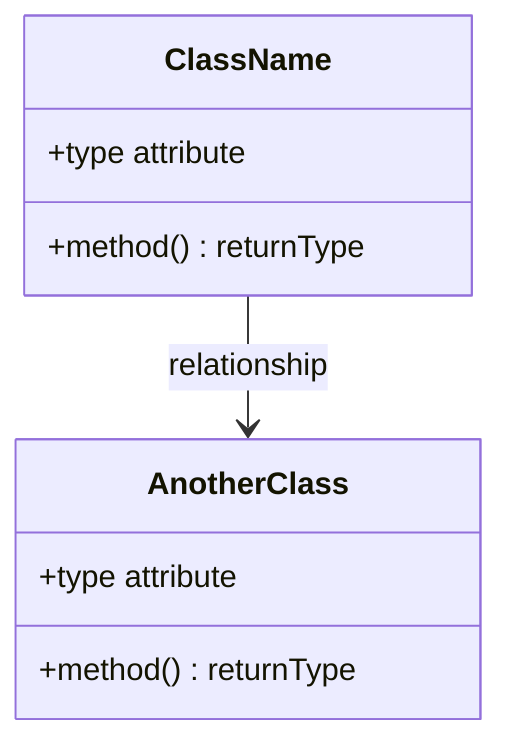
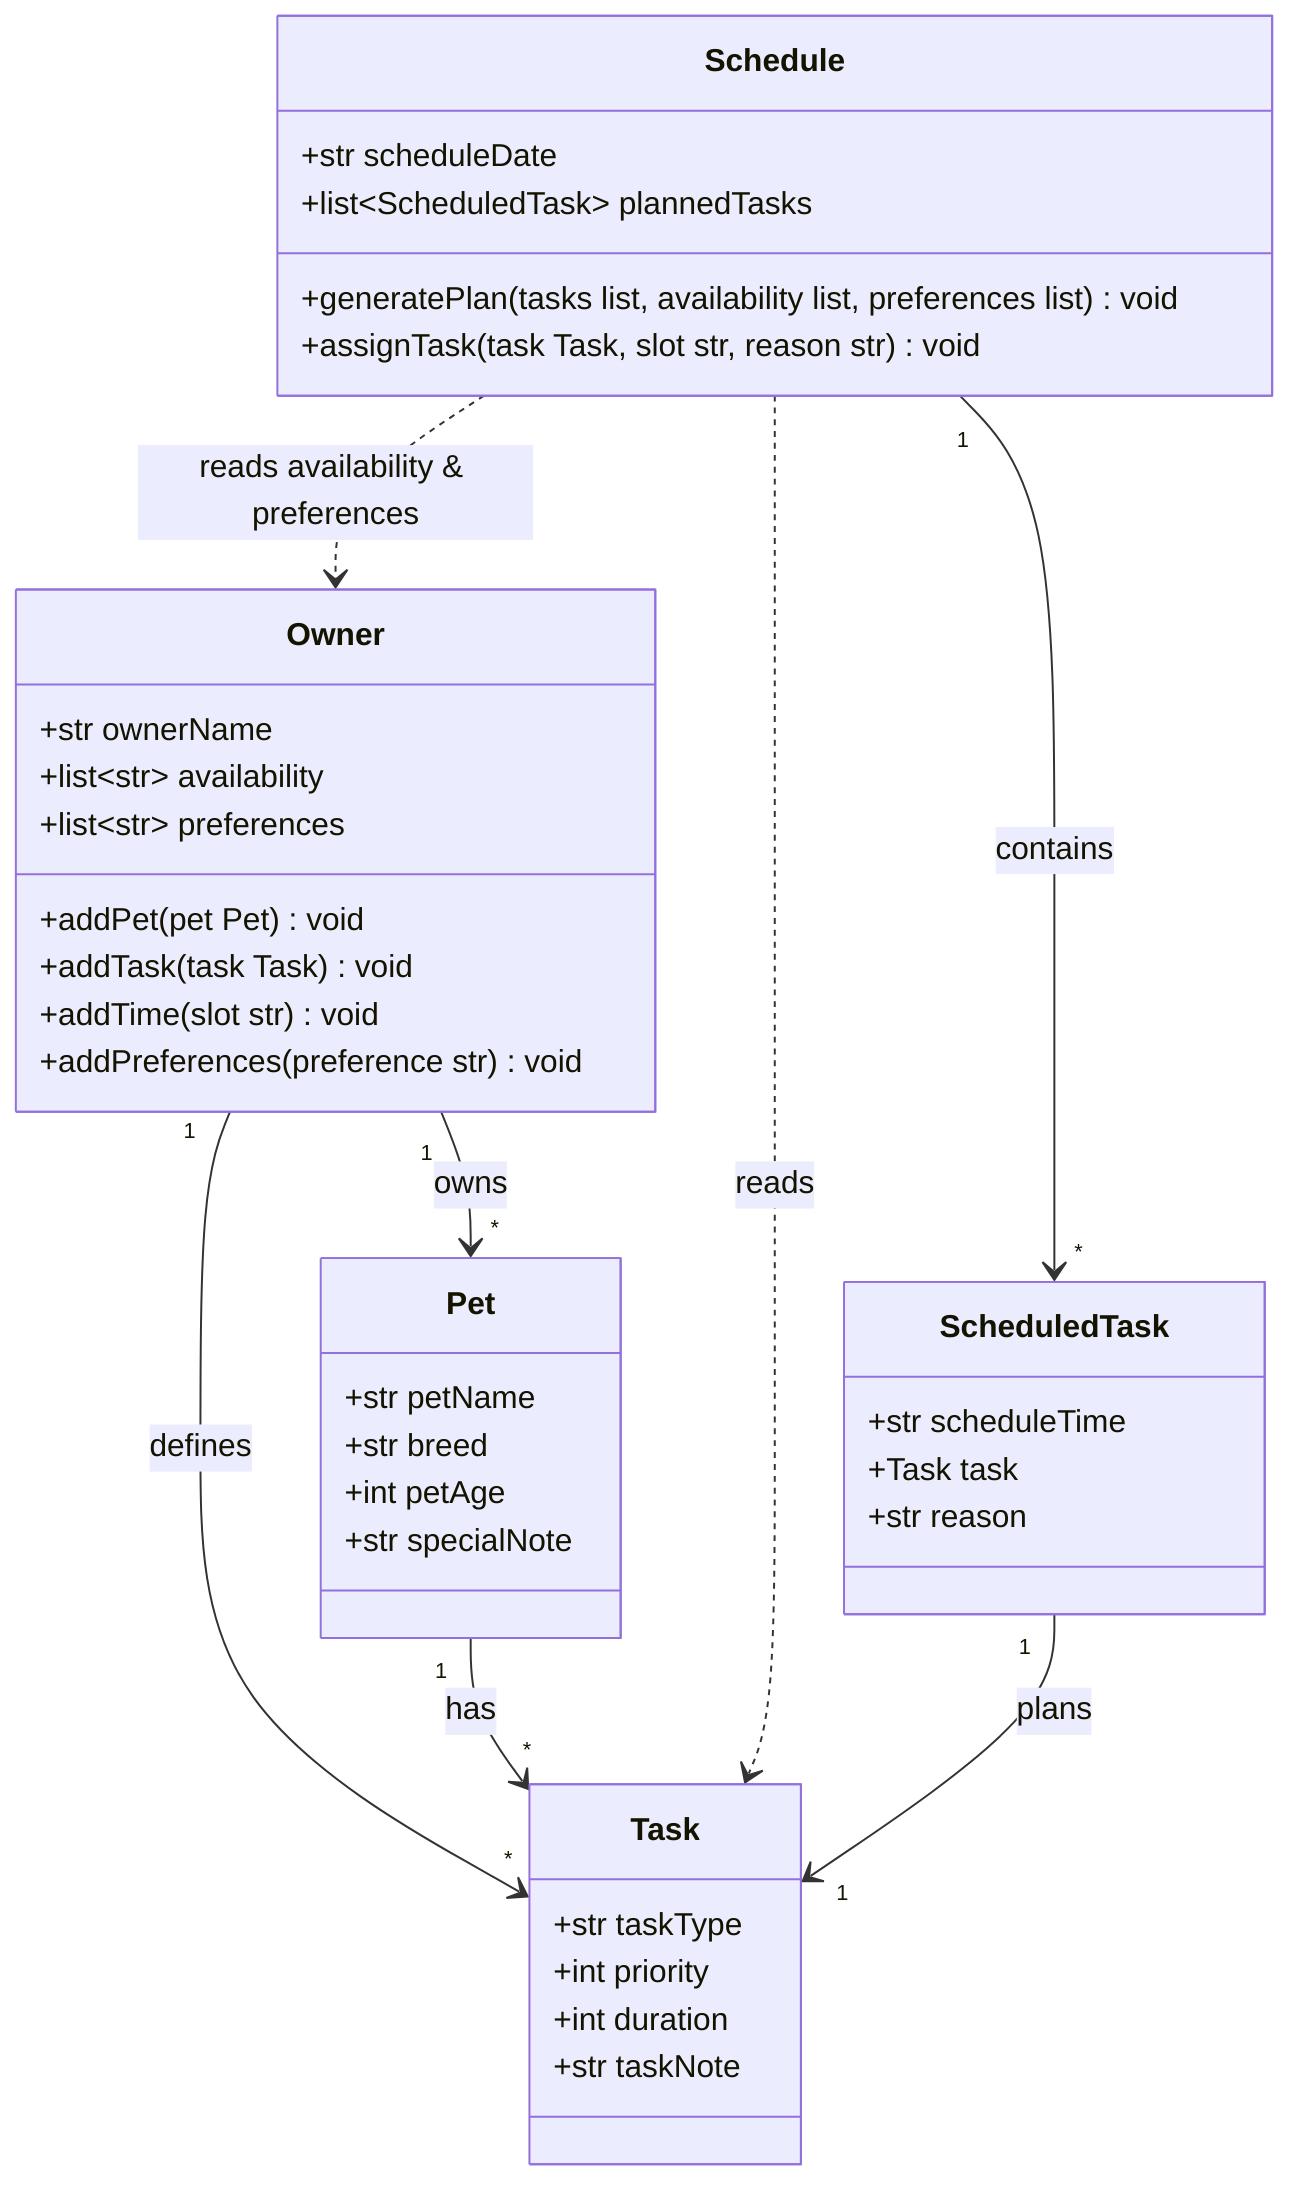
classDiagram
-     %% Replace the placeholders below with your actual classes, attributes, methods, and relationships.
-     %% Keep this file updated so it matches your final implementation.
- 
-     class ClassName {
-         +type attribute
-         +method() returnType
+     class Owner {
+         +str ownerName
+         +list~str~ availability
+         +list~str~ preferences
+         +addPet(pet Pet) void
+         +addTask(task Task) void
+         +addTime(slot str) void
+         +addPreferences(preference str) void
    }

-     class AnotherClass {
-         +type attribute
-         +method() returnType
+     class Pet {
+         +str petName
+         +str breed
+         +int petAge
+         +str specialNote
    }

-     ClassName --> AnotherClass : relationship
+     class Task {
+         +str taskType
+         +int priority
+         +int duration
+         +str taskNote
+     }
+ 
+     class Schedule {
+         +str scheduleDate
+         +list~ScheduledTask~ plannedTasks
+         +generatePlan(tasks list, availability list, preferences list) void
+         +assignTask(task Task, slot str, reason str) void
+     }
+ 
+     class ScheduledTask {
+         +str scheduleTime
+         +Task task
+         +str reason
+     }
+ 
+     Owner "1" --> "*" Pet : owns
+     Owner "1" --> "*" Task : defines
+     Pet "1" --> "*" Task : has
+     Schedule ..> Task : reads
+     Schedule ..> Owner : reads availability & preferences
+     Schedule "1" --> "*" ScheduledTask : contains
+     ScheduledTask "1" --> "1" Task : plans
